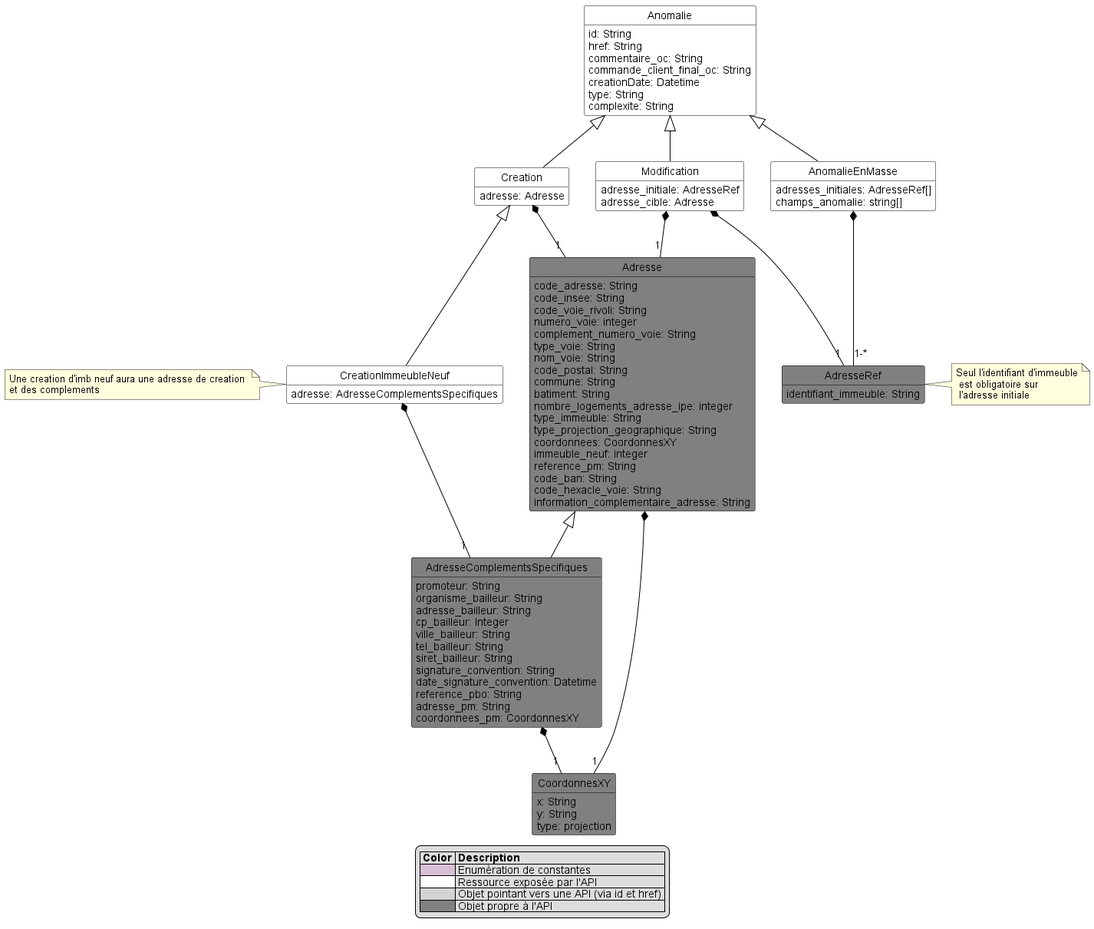
The PlantUML diagram image/model.png in before-interop/anomalieAdresse, before a commit. Its diagram source:
```plantuml
@startuml
hide circle
hide methods
hide stereotype
show <<Enumeration>> stereotype
skinparam class {
   BackgroundColor<<Enumeration>> #Thistle
   BackgroundColor<<Ref>> #LightGrey
   BackgroundColor<<Pivot>> #FFFFFFF
   BackgroundColor #Grey
   BorderColor #Black
   ArrowColor #Black
}

class Anomalie <<Pivot>> {
    id: String
    href: String
    commentaire_oc: String
    commande_client_final_oc: String
    creationDate: Datetime
    type: String
    complexite: String
}

class Creation <<Pivot>> {
    adresse: Adresse
}
Anomalie <|-- Creation
Creation *-- "1" Adresse

class CreationImmeubleNeuf <<Pivot>> {
    adresse: AdresseComplementsSpecifiques
}
note left:  Une creation d'imb neuf aura une adresse de creation \net des complements
CreationImmeubleNeuf *-- "1" AdresseComplementsSpecifiques
Creation <|-- CreationImmeubleNeuf

class Modification <<Pivot>> {
    adresse_initiale: AdresseRef
    adresse_cible: Adresse
}
class AnomalieEnMasse <<Pivot>> {
    adresses_initiales: AdresseRef[]
    champs_anomalie: string[]
}
Anomalie <|-- Modification
Anomalie <|-- AnomalieEnMasse
Modification *-- "1" Adresse
Modification *-- "1" AdresseRef
AnomalieEnMasse *-- "1-*" AdresseRef

class Adresse {
    code_adresse: String
    code_insee: String
    code_voie_rivoli: String
    numero_voie: integer
    complement_numero_voie: String
    type_voie: String
    nom_voie: String
    code_postal: String
    commune: String
    batiment: String
    nombre_logements_adresse_ipe: integer
    type_immeuble: String
    type_projection_geographique: String
    coordonnees: CoordonnesXY
    immeuble_neuf: integer
    reference_pm: String
    code_ban: String
    code_hexacle_voie: String
    information_complementaire_adresse: String
}
Adresse *--"1" CoordonnesXY

class AdresseRef {
    identifiant_immeuble: String
}
note right of AdresseRef: Seul l'identifiant d'immeuble\n est obligatoire sur \n l'adresse initiale

class AdresseComplementsSpecifiques {
    promoteur: String
    organisme_bailleur: String
    adresse_bailleur: String
    cp_bailleur: Integer
    ville_bailleur: String
    tel_bailleur: String
    siret_bailleur: String
    signature_convention: String
    date_signature_convention: Datetime
    reference_pbo: String
    adresse_pm: String
    coordonnees_pm: CoordonnesXY
}
Adresse <|-- AdresseComplementsSpecifiques
AdresseComplementsSpecifiques *--"1" CoordonnesXY

class CoordonnesXY {
    x: String
    y: String
    type: projection
}

legend
    |= Color |= Description |
    |<#Thistle>| Enumération de constantes|
    |<#FFFFFF>| Ressource exposée par l'API |
    |<#LightGrey>| Objet pointant vers une API (via id et href) |
    |<#Grey>| Objet propre à l'API  |
endlegend

@enduml
```
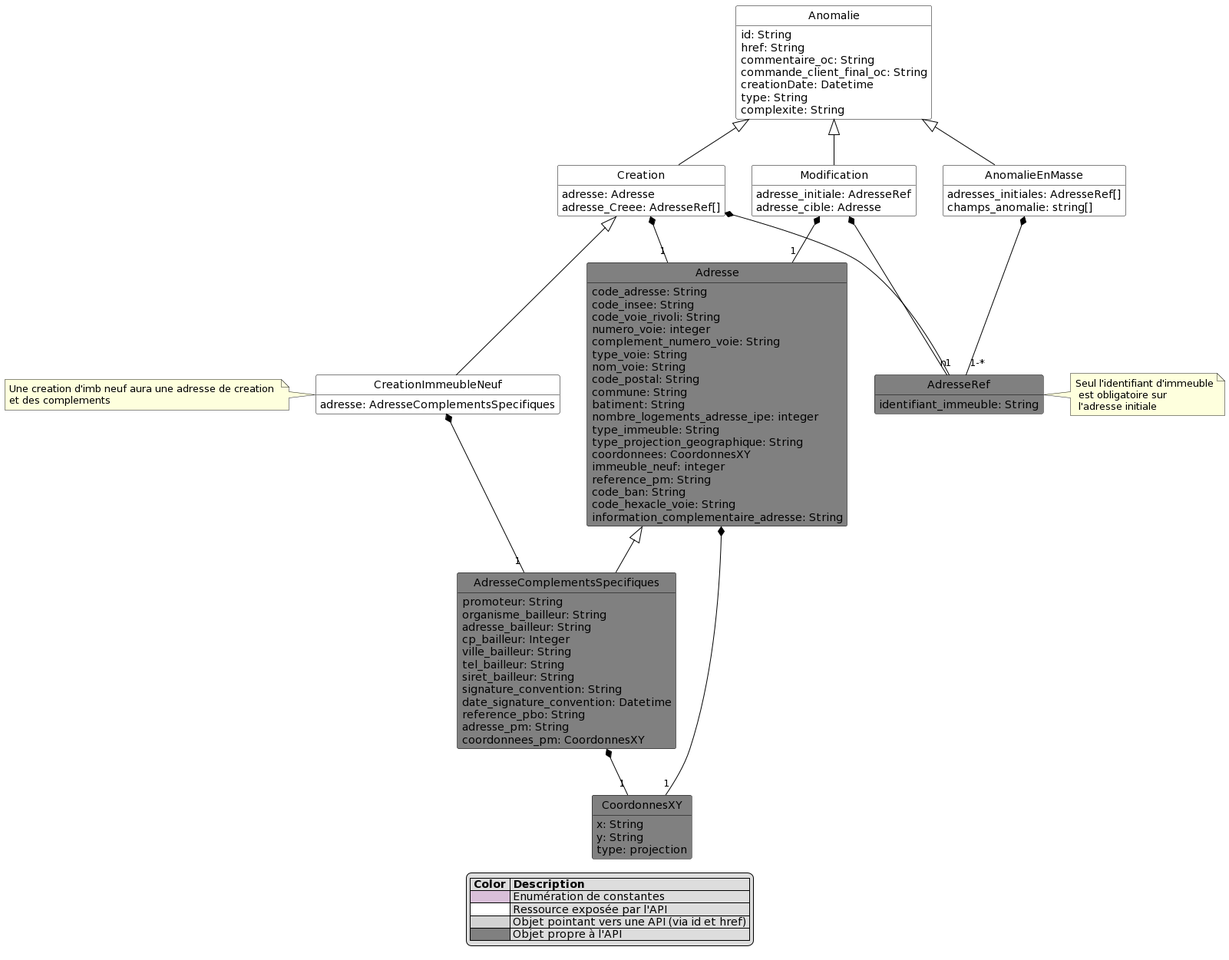
After the commit.

Commit message:
ajout adresse_Creee

Diff of the diagram source:
```diff
@@ -24,9 +24,11 @@
 
 class Creation <<Pivot>> {
     adresse: Adresse
+    adresse_Creee: AdresseRef[]
 }
 Anomalie <|-- Creation
 Creation *-- "1" Adresse
+Creation *-- "n" AdresseRef
 
 class CreationImmeubleNeuf <<Pivot>> {
     adresse: AdresseComplementsSpecifiques
@@ -107,5 +109,4 @@
     |<#LightGrey>| Objet pointant vers une API (via id et href) |
     |<#Grey>| Objet propre à l'API  |
 endlegend
-
 @enduml
```
